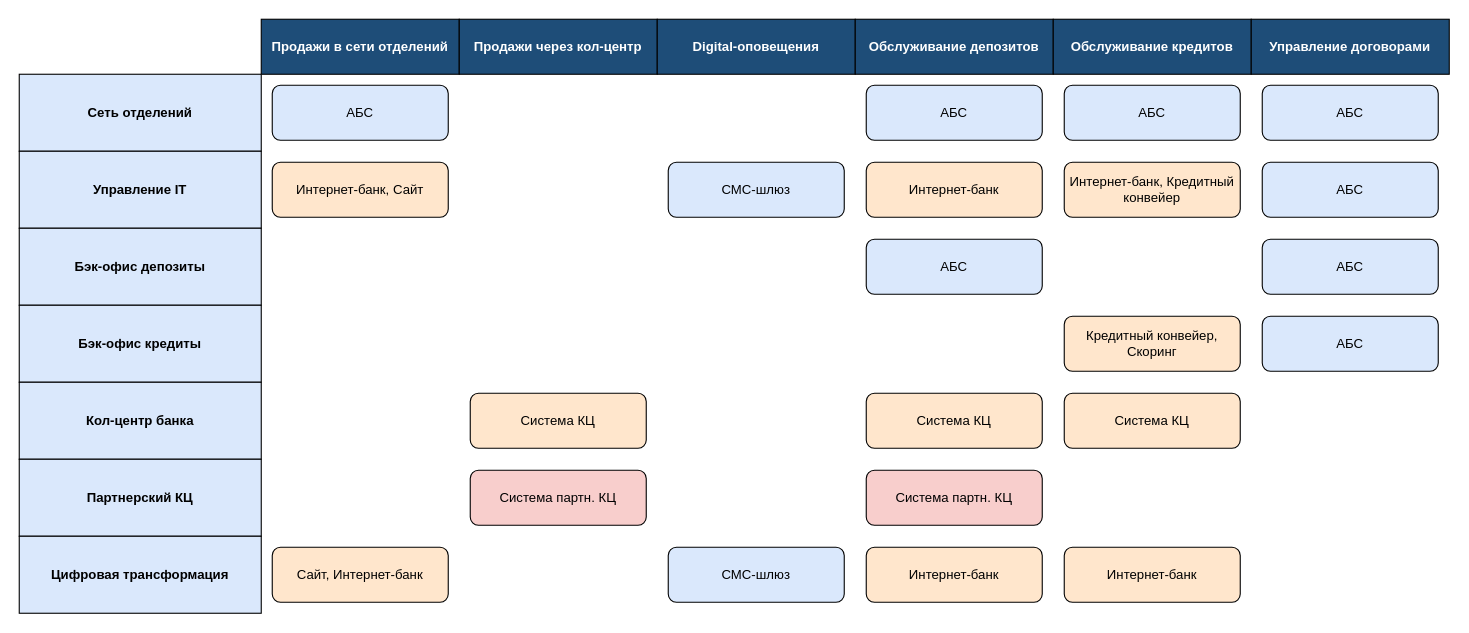
Before: Task1/IT-landscape.drawio in alexruek/architecture-pro-standart, a draw.io diagram. Source tidied: cells renumbered, new cells numbered last; positions are measured from the earlier drawing's top-left corner, leaving out a move shared by most shapes. Both pictures are drawn from the tidied source at 110%, with x=0, y=0 at pixel (19, 19).
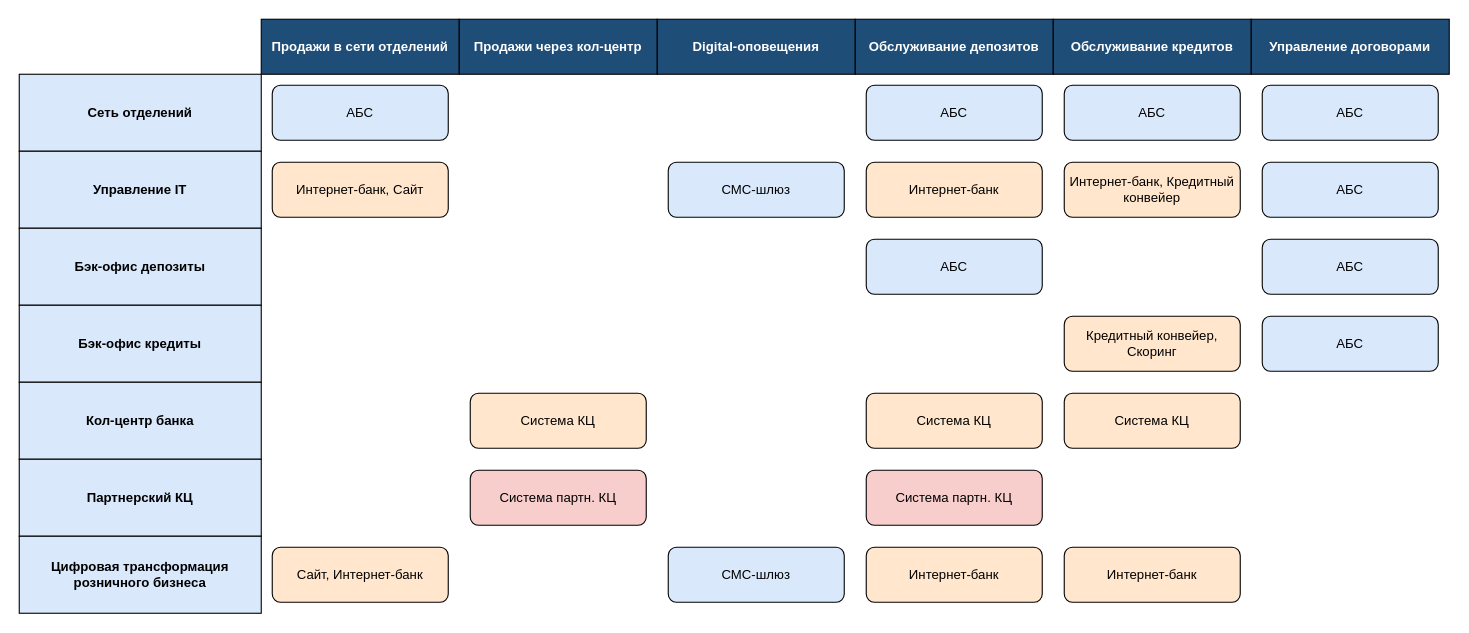
After the change.

Diff of the diagram source:
```diff
@@
-    <mxCell id="32" value="Цифровая трансформация" style="rounded=0;whiteSpace=wrap;html=1;fillColor=#dae8fc;fontStyle=1;" parent="1" vertex="1">
+    <mxCell id="32" value="Цифровая трансформация розничного бизнеса" style="rounded=0;whiteSpace=wrap;html=1;fillColor=#dae8fc;fontStyle=1;" parent="1" vertex="1">
       <mxGeometry y="470" width="220" height="70" as="geometry" />
     </mxCell>
```
